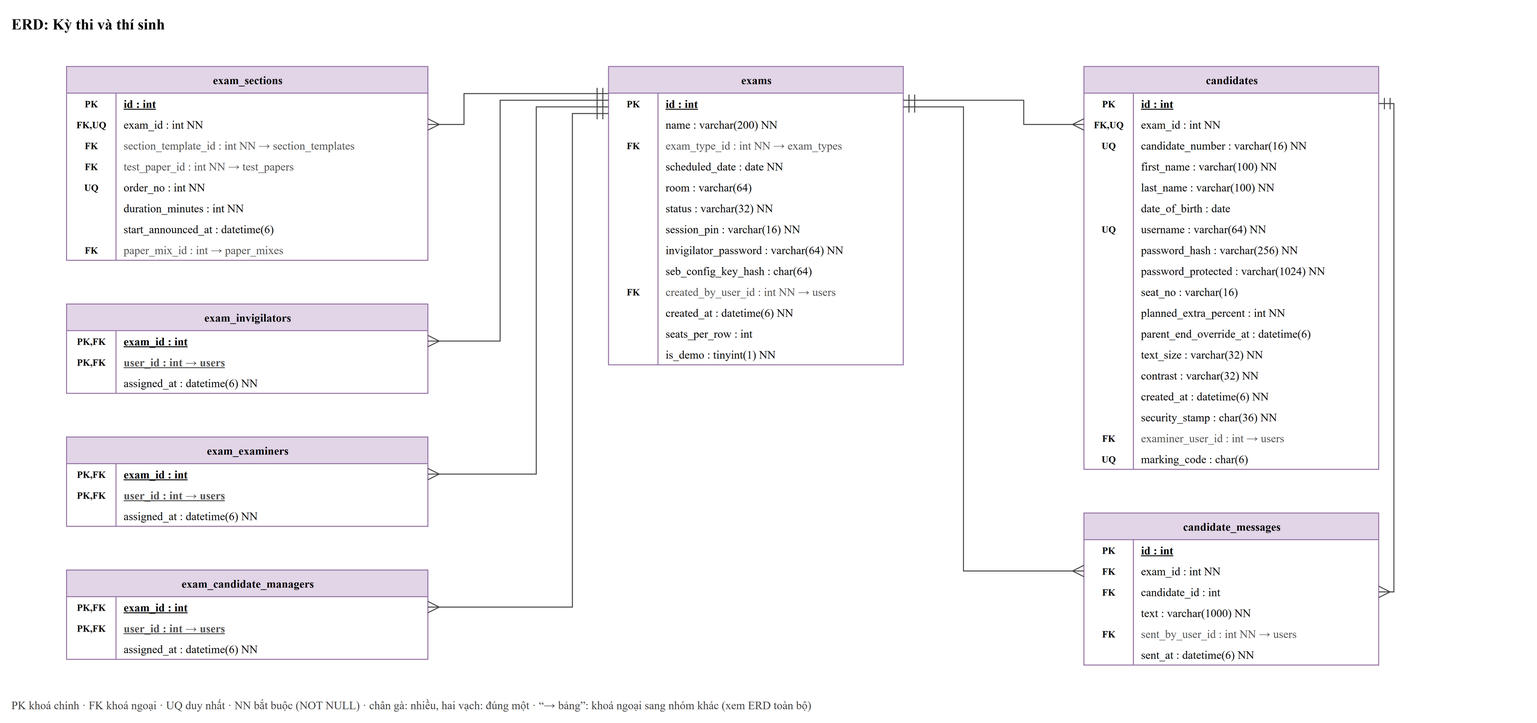
This is thesis/diagrams/erd-exams.drawio.png from trhlow/cambridge-exam-prep, a draw.io export, as it was before one commit. Source tidied: cells renumbered, new cells last; positions are measured from the earlier drawing's top-left corner, leaving out a move shared by most shapes.
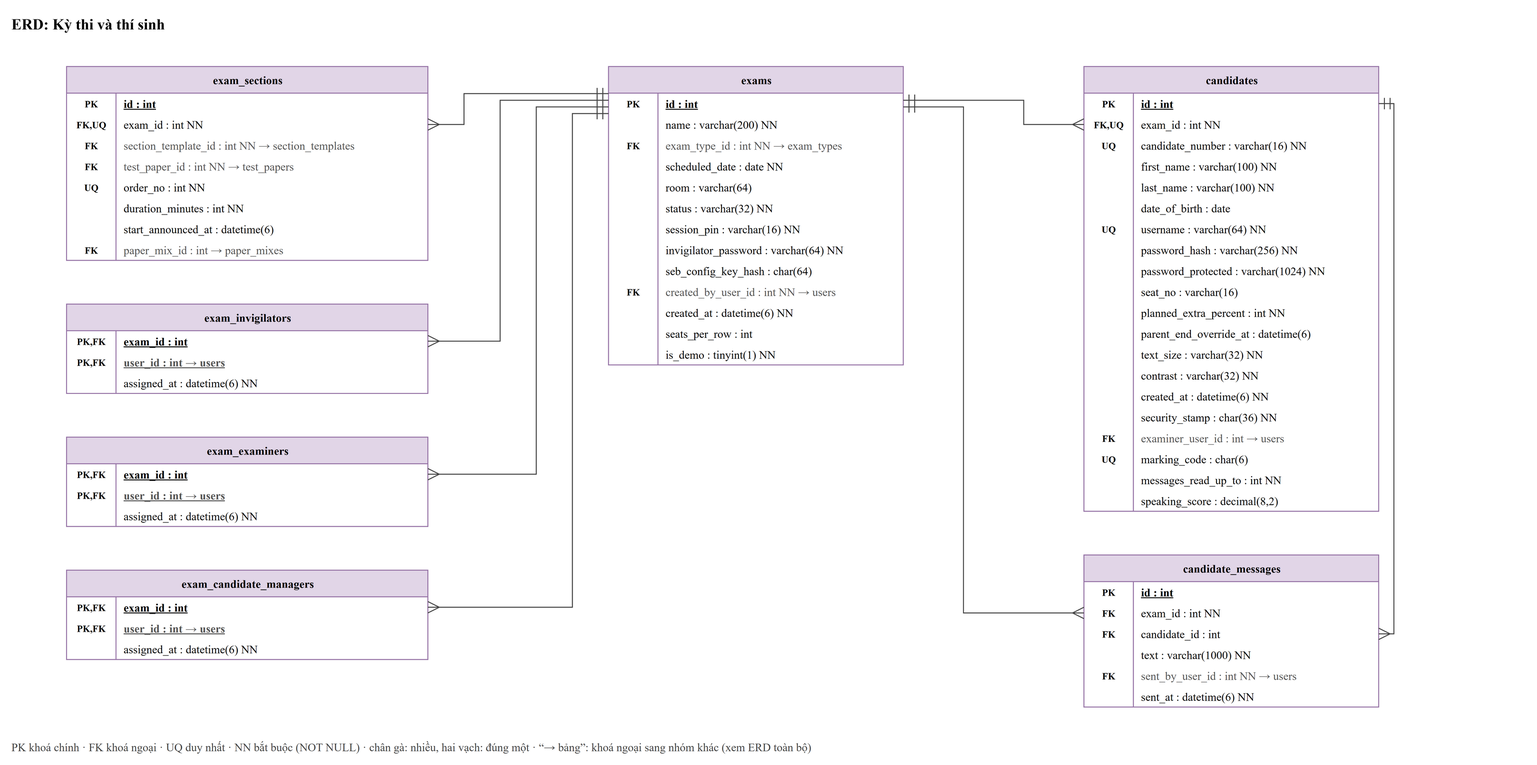
The same file after the commit.

Commit message:
docs(diagrams): ERDs redrawn from the live schema with candidates.messages_read_up_to and speaking_score

The edit, as a diff of the source:
```diff
@@ -291,7 +291,7 @@
       <mxGeometry x="52" width="258" height="22" as="geometry" />
     </mxCell>
     <mxCell id="98" value="candidates" style="shape=table;startSize=28;rowLines=0;fontStyle=1;align=center;html=1;fontFamily=Times New Roman;fontSize=12;fillColor=#e1d5e7;strokeColor=#9673a6;" parent="1" vertex="1">
-      <mxGeometry x="1130" y="60" width="310" height="424" as="geometry" />
+      <mxGeometry x="1130" y="60" width="310" height="468" as="geometry" />
     </mxCell>
     <mxCell id="99" style="shape=tableRow;horizontal=0;startSize=0;swimlaneHead=0;swimlaneBody=0;fillColor=none;top=0;left=0;right=0;bottom=0;html=1;" parent="98" vertex="1">
       <mxGeometry y="28" width="310" height="22" as="geometry" />
@@ -455,135 +455,153 @@
     <mxCell id="152" value="marking_code : char(6)" style="shape=partialRectangle;fillColor=none;top=0;left=0;bottom=0;right=0;align=left;spacingLeft=6;overflow=hidden;whiteSpace=wrap;html=1;fontFamily=Times New Roman;fontSize=12;" parent="150" vertex="1">
       <mxGeometry x="52" width="258" height="22" as="geometry" />
     </mxCell>
+    <mxCell id="180" style="shape=tableRow;horizontal=0;startSize=0;swimlaneHead=0;swimlaneBody=0;fillColor=none;top=0;left=0;right=0;bottom=0;html=1;" parent="98" vertex="1">
+      <mxGeometry y="424" width="310" height="22" as="geometry" />
+    </mxCell>
+    <mxCell id="155" style="shape=partialRectangle;fillColor=none;top=0;left=0;bottom=0;right=0;fontStyle=1;overflow=hidden;whiteSpace=wrap;html=1;fontFamily=Times New Roman;fontSize=12;fontSize=10;" parent="180" vertex="1">
+      <mxGeometry width="52" height="22" as="geometry" />
+    </mxCell>
+    <mxCell id="156" value="messages_read_up_to : int NN" style="shape=partialRectangle;fillColor=none;top=0;left=0;bottom=0;right=0;align=left;spacingLeft=6;overflow=hidden;whiteSpace=wrap;html=1;fontFamily=Times New Roman;fontSize=12;" parent="180" vertex="1">
+      <mxGeometry x="52" width="258" height="22" as="geometry" />
+    </mxCell>
+    <mxCell id="181" style="shape=tableRow;horizontal=0;startSize=0;swimlaneHead=0;swimlaneBody=0;fillColor=none;top=0;left=0;right=0;bottom=0;html=1;" parent="98" vertex="1">
+      <mxGeometry y="446" width="310" height="22" as="geometry" />
+    </mxCell>
+    <mxCell id="158" style="shape=partialRectangle;fillColor=none;top=0;left=0;bottom=0;right=0;fontStyle=1;overflow=hidden;whiteSpace=wrap;html=1;fontFamily=Times New Roman;fontSize=12;fontSize=10;" parent="181" vertex="1">
+      <mxGeometry width="52" height="22" as="geometry" />
+    </mxCell>
+    <mxCell id="159" value="speaking_score : decimal(8,2)" style="shape=partialRectangle;fillColor=none;top=0;left=0;bottom=0;right=0;align=left;spacingLeft=6;overflow=hidden;whiteSpace=wrap;html=1;fontFamily=Times New Roman;fontSize=12;" parent="181" vertex="1">
+      <mxGeometry x="52" width="258" height="22" as="geometry" />
+    </mxCell>
     <mxCell id="153" value="candidate_messages" style="shape=table;startSize=28;rowLines=0;fontStyle=1;align=center;html=1;fontFamily=Times New Roman;fontSize=12;fillColor=#e1d5e7;strokeColor=#9673a6;" parent="1" vertex="1">
-      <mxGeometry x="1130" y="530" width="310" height="160" as="geometry" />
+      <mxGeometry x="1130" y="574" width="310" height="160" as="geometry" />
     </mxCell>
     <mxCell id="154" style="shape=tableRow;horizontal=0;startSize=0;swimlaneHead=0;swimlaneBody=0;fillColor=none;top=0;left=0;right=0;bottom=0;html=1;" parent="153" vertex="1">
       <mxGeometry y="28" width="310" height="22" as="geometry" />
     </mxCell>
-    <mxCell id="155" value="PK" style="shape=partialRectangle;fillColor=none;top=0;left=0;bottom=0;right=0;fontStyle=1;overflow=hidden;whiteSpace=wrap;html=1;fontFamily=Times New Roman;fontSize=12;fontSize=10;" parent="154" vertex="1">
-      <mxGeometry width="52" height="22" as="geometry" />
-    </mxCell>
-    <mxCell id="156" value="id : int" style="shape=partialRectangle;fillColor=none;top=0;left=0;bottom=0;right=0;align=left;spacingLeft=6;overflow=hidden;whiteSpace=wrap;html=1;fontFamily=Times New Roman;fontSize=12;fontStyle=5;" parent="154" vertex="1">
-      <mxGeometry x="52" width="258" height="22" as="geometry" />
-    </mxCell>
-    <mxCell id="157" style="shape=tableRow;horizontal=0;startSize=0;swimlaneHead=0;swimlaneBody=0;fillColor=none;top=0;left=0;right=0;bottom=0;html=1;" parent="153" vertex="1">
-      <mxGeometry y="50" width="310" height="22" as="geometry" />
-    </mxCell>
-    <mxCell id="158" value="FK" style="shape=partialRectangle;fillColor=none;top=0;left=0;bottom=0;right=0;fontStyle=1;overflow=hidden;whiteSpace=wrap;html=1;fontFamily=Times New Roman;fontSize=12;fontSize=10;" parent="157" vertex="1">
-      <mxGeometry width="52" height="22" as="geometry" />
-    </mxCell>
-    <mxCell id="159" value="exam_id : int NN" style="shape=partialRectangle;fillColor=none;top=0;left=0;bottom=0;right=0;align=left;spacingLeft=6;overflow=hidden;whiteSpace=wrap;html=1;fontFamily=Times New Roman;fontSize=12;" parent="157" vertex="1">
-      <mxGeometry x="52" width="258" height="22" as="geometry" />
-    </mxCell>
-    <mxCell id="160" style="shape=tableRow;horizontal=0;startSize=0;swimlaneHead=0;swimlaneBody=0;fillColor=none;top=0;left=0;right=0;bottom=0;html=1;" parent="153" vertex="1">
-      <mxGeometry y="72" width="310" height="22" as="geometry" />
-    </mxCell>
-    <mxCell id="161" value="FK" style="shape=partialRectangle;fillColor=none;top=0;left=0;bottom=0;right=0;fontStyle=1;overflow=hidden;whiteSpace=wrap;html=1;fontFamily=Times New Roman;fontSize=12;fontSize=10;" parent="160" vertex="1">
+    <mxCell id="161" value="PK" style="shape=partialRectangle;fillColor=none;top=0;left=0;bottom=0;right=0;fontStyle=1;overflow=hidden;whiteSpace=wrap;html=1;fontFamily=Times New Roman;fontSize=12;fontSize=10;" parent="154" vertex="1">
       <mxGeometry width="52" height="22" as="geometry" />
     </mxCell>
-    <mxCell id="162" value="candidate_id : int" style="shape=partialRectangle;fillColor=none;top=0;left=0;bottom=0;right=0;align=left;spacingLeft=6;overflow=hidden;whiteSpace=wrap;html=1;fontFamily=Times New Roman;fontSize=12;" parent="160" vertex="1">
+    <mxCell id="162" value="id : int" style="shape=partialRectangle;fillColor=none;top=0;left=0;bottom=0;right=0;align=left;spacingLeft=6;overflow=hidden;whiteSpace=wrap;html=1;fontFamily=Times New Roman;fontSize=12;fontStyle=5;" parent="154" vertex="1">
       <mxGeometry x="52" width="258" height="22" as="geometry" />
     </mxCell>
-    <mxCell id="163" style="shape=tableRow;horizontal=0;startSize=0;swimlaneHead=0;swimlaneBody=0;fillColor=none;top=0;left=0;right=0;bottom=0;html=1;" parent="153" vertex="1">
-      <mxGeometry y="94" width="310" height="22" as="geometry" />
-    </mxCell>
+    <mxCell id="157" style="shape=tableRow;horizontal=0;startSize=0;swimlaneHead=0;swimlaneBody=0;fillColor=none;top=0;left=0;right=0;bottom=0;html=1;" parent="153" vertex="1">
+      <mxGeometry y="50" width="310" height="22" as="geometry" />
+    </mxCell>
-    <mxCell id="164" style="shape=partialRectangle;fillColor=none;top=0;left=0;bottom=0;right=0;fontStyle=1;overflow=hidden;whiteSpace=wrap;html=1;fontFamily=Times New Roman;fontSize=12;fontSize=10;" parent="163" vertex="1">
+    <mxCell id="164" value="FK" style="shape=partialRectangle;fillColor=none;top=0;left=0;bottom=0;right=0;fontStyle=1;overflow=hidden;whiteSpace=wrap;html=1;fontFamily=Times New Roman;fontSize=12;fontSize=10;" parent="157" vertex="1">
       <mxGeometry width="52" height="22" as="geometry" />
     </mxCell>
-    <mxCell id="165" value="text : varchar(1000) NN" style="shape=partialRectangle;fillColor=none;top=0;left=0;bottom=0;right=0;align=left;spacingLeft=6;overflow=hidden;whiteSpace=wrap;html=1;fontFamily=Times New Roman;fontSize=12;" parent="163" vertex="1">
+    <mxCell id="165" value="exam_id : int NN" style="shape=partialRectangle;fillColor=none;top=0;left=0;bottom=0;right=0;align=left;spacingLeft=6;overflow=hidden;whiteSpace=wrap;html=1;fontFamily=Times New Roman;fontSize=12;" parent="157" vertex="1">
       <mxGeometry x="52" width="258" height="22" as="geometry" />
     </mxCell>
-    <mxCell id="166" style="shape=tableRow;horizontal=0;startSize=0;swimlaneHead=0;swimlaneBody=0;fillColor=none;top=0;left=0;right=0;bottom=0;html=1;" parent="153" vertex="1">
-      <mxGeometry y="116" width="310" height="22" as="geometry" />
-    </mxCell>
+    <mxCell id="160" style="shape=tableRow;horizontal=0;startSize=0;swimlaneHead=0;swimlaneBody=0;fillColor=none;top=0;left=0;right=0;bottom=0;html=1;" parent="153" vertex="1">
+      <mxGeometry y="72" width="310" height="22" as="geometry" />
+    </mxCell>
-    <mxCell id="167" value="FK" style="shape=partialRectangle;fillColor=none;top=0;left=0;bottom=0;right=0;fontStyle=1;overflow=hidden;whiteSpace=wrap;html=1;fontFamily=Times New Roman;fontSize=12;fontSize=10;" parent="166" vertex="1">
+    <mxCell id="167" value="FK" style="shape=partialRectangle;fillColor=none;top=0;left=0;bottom=0;right=0;fontStyle=1;overflow=hidden;whiteSpace=wrap;html=1;fontFamily=Times New Roman;fontSize=12;fontSize=10;" parent="160" vertex="1">
       <mxGeometry width="52" height="22" as="geometry" />
     </mxCell>
-    <mxCell id="168" value="sent_by_user_id : int NN  → users" style="shape=partialRectangle;fillColor=none;top=0;left=0;bottom=0;right=0;align=left;spacingLeft=6;overflow=hidden;whiteSpace=wrap;html=1;fontFamily=Times New Roman;fontSize=12;fontColor=#555555;" parent="166" vertex="1">
+    <mxCell id="168" value="candidate_id : int" style="shape=partialRectangle;fillColor=none;top=0;left=0;bottom=0;right=0;align=left;spacingLeft=6;overflow=hidden;whiteSpace=wrap;html=1;fontFamily=Times New Roman;fontSize=12;" parent="160" vertex="1">
       <mxGeometry x="52" width="258" height="22" as="geometry" />
     </mxCell>
-    <mxCell id="169" style="shape=tableRow;horizontal=0;startSize=0;swimlaneHead=0;swimlaneBody=0;fillColor=none;top=0;left=0;right=0;bottom=0;html=1;" parent="153" vertex="1">
-      <mxGeometry y="138" width="310" height="22" as="geometry" />
-    </mxCell>
+    <mxCell id="163" style="shape=tableRow;horizontal=0;startSize=0;swimlaneHead=0;swimlaneBody=0;fillColor=none;top=0;left=0;right=0;bottom=0;html=1;" parent="153" vertex="1">
+      <mxGeometry y="94" width="310" height="22" as="geometry" />
+    </mxCell>
-    <mxCell id="170" style="shape=partialRectangle;fillColor=none;top=0;left=0;bottom=0;right=0;fontStyle=1;overflow=hidden;whiteSpace=wrap;html=1;fontFamily=Times New Roman;fontSize=12;fontSize=10;" parent="169" vertex="1">
+    <mxCell id="170" style="shape=partialRectangle;fillColor=none;top=0;left=0;bottom=0;right=0;fontStyle=1;overflow=hidden;whiteSpace=wrap;html=1;fontFamily=Times New Roman;fontSize=12;fontSize=10;" parent="163" vertex="1">
       <mxGeometry width="52" height="22" as="geometry" />
     </mxCell>
-    <mxCell id="171" value="sent_at : datetime(6) NN" style="shape=partialRectangle;fillColor=none;top=0;left=0;bottom=0;right=0;align=left;spacingLeft=6;overflow=hidden;whiteSpace=wrap;html=1;fontFamily=Times New Roman;fontSize=12;" parent="169" vertex="1">
+    <mxCell id="171" value="text : varchar(1000) NN" style="shape=partialRectangle;fillColor=none;top=0;left=0;bottom=0;right=0;align=left;spacingLeft=6;overflow=hidden;whiteSpace=wrap;html=1;fontFamily=Times New Roman;fontSize=12;" parent="163" vertex="1">
       <mxGeometry x="52" width="258" height="22" as="geometry" />
     </mxCell>
-    <mxCell id="172" style="rounded=0;html=1;startArrow=ERmany;startFill=0;endArrow=ERmandOne;endFill=0;startSize=10;endSize=10;strokeColor=#444444;" parent="1" edge="1">
-      <mxGeometry relative="1" as="geometry">
-        <mxPoint x="1440" y="613" as="sourcePoint" />
-        <mxPoint x="1440" y="99" as="targetPoint" />
-        <Array as="points">
-          <mxPoint x="1456" y="613" />
-          <mxPoint x="1456" y="99" />
-        </Array>
-      </mxGeometry>
-    </mxCell>
-    <mxCell id="173" style="rounded=0;html=1;startArrow=ERmany;startFill=0;endArrow=ERmandOne;endFill=0;startSize=10;endSize=10;strokeColor=#444444;" parent="1" edge="1">
-      <mxGeometry relative="1" as="geometry">
-        <mxPoint x="1130" y="591" as="sourcePoint" />
-        <mxPoint x="940" y="102.5" as="targetPoint" />
-        <Array as="points">
-          <mxPoint x="1003.3" y="591" />
-          <mxPoint x="1003.3" y="102.5" />
-        </Array>
-      </mxGeometry>
-    </mxCell>
-    <mxCell id="174" style="rounded=0;html=1;startArrow=ERmany;startFill=0;endArrow=ERmandOne;endFill=0;startSize=10;endSize=10;strokeColor=#444444;" parent="1" edge="1">
-      <mxGeometry relative="1" as="geometry">
-        <mxPoint x="1130" y="121" as="sourcePoint" />
-        <mxPoint x="940" y="95.5" as="targetPoint" />
-        <Array as="points">
-          <mxPoint x="1066.7" y="121" />
-          <mxPoint x="1066.7" y="95.5" />
-        </Array>
-      </mxGeometry>
-    </mxCell>
-    <mxCell id="175" style="rounded=0;html=1;startArrow=ERmany;startFill=0;endArrow=ERmandOne;endFill=0;startSize=10;endSize=10;strokeColor=#444444;" parent="1" edge="1">
-      <mxGeometry relative="1" as="geometry">
-        <mxPoint x="440" y="629" as="sourcePoint" />
-        <mxPoint x="630" y="109.5" as="targetPoint" />
-        <Array as="points">
-          <mxPoint x="592" y="629" />
-          <mxPoint x="592" y="109.5" />
-        </Array>
-      </mxGeometry>
-    </mxCell>
+    <mxCell id="166" style="shape=tableRow;horizontal=0;startSize=0;swimlaneHead=0;swimlaneBody=0;fillColor=none;top=0;left=0;right=0;bottom=0;html=1;" parent="153" vertex="1">
+      <mxGeometry y="116" width="310" height="22" as="geometry" />
+    </mxCell>
+    <mxCell id="182" value="FK" style="shape=partialRectangle;fillColor=none;top=0;left=0;bottom=0;right=0;fontStyle=1;overflow=hidden;whiteSpace=wrap;html=1;fontFamily=Times New Roman;fontSize=12;fontSize=10;" parent="166" vertex="1">
+      <mxGeometry width="52" height="22" as="geometry" />
+    </mxCell>
+    <mxCell id="183" value="sent_by_user_id : int NN  → users" style="shape=partialRectangle;fillColor=none;top=0;left=0;bottom=0;right=0;align=left;spacingLeft=6;overflow=hidden;whiteSpace=wrap;html=1;fontFamily=Times New Roman;fontSize=12;fontColor=#555555;" parent="166" vertex="1">
+      <mxGeometry x="52" width="258" height="22" as="geometry" />
+    </mxCell>
+    <mxCell id="169" style="shape=tableRow;horizontal=0;startSize=0;swimlaneHead=0;swimlaneBody=0;fillColor=none;top=0;left=0;right=0;bottom=0;html=1;" parent="153" vertex="1">
+      <mxGeometry y="138" width="310" height="22" as="geometry" />
+    </mxCell>
+    <mxCell id="184" style="shape=partialRectangle;fillColor=none;top=0;left=0;bottom=0;right=0;fontStyle=1;overflow=hidden;whiteSpace=wrap;html=1;fontFamily=Times New Roman;fontSize=12;fontSize=10;" parent="169" vertex="1">
+      <mxGeometry width="52" height="22" as="geometry" />
+    </mxCell>
+    <mxCell id="185" value="sent_at : datetime(6) NN" style="shape=partialRectangle;fillColor=none;top=0;left=0;bottom=0;right=0;align=left;spacingLeft=6;overflow=hidden;whiteSpace=wrap;html=1;fontFamily=Times New Roman;fontSize=12;" parent="169" vertex="1">
+      <mxGeometry x="52" width="258" height="22" as="geometry" />
+    </mxCell>
     <mxCell id="176" style="rounded=0;html=1;startArrow=ERmany;startFill=0;endArrow=ERmandOne;endFill=0;startSize=10;endSize=10;strokeColor=#444444;" parent="1" edge="1">
       <mxGeometry relative="1" as="geometry">
-        <mxPoint x="440" y="489" as="sourcePoint" />
-        <mxPoint x="630" y="102.5" as="targetPoint" />
+        <mxPoint x="1440" y="657" as="sourcePoint" />
+        <mxPoint x="1440" y="99" as="targetPoint" />
         <Array as="points">
-          <mxPoint x="554" y="489" />
-          <mxPoint x="554" y="102.5" />
+          <mxPoint x="1456" y="657" />
+          <mxPoint x="1456" y="99" />
         </Array>
       </mxGeometry>
     </mxCell>
     <mxCell id="177" style="rounded=0;html=1;startArrow=ERmany;startFill=0;endArrow=ERmandOne;endFill=0;startSize=10;endSize=10;strokeColor=#444444;" parent="1" edge="1">
       <mxGeometry relative="1" as="geometry">
-        <mxPoint x="440" y="349" as="sourcePoint" />
-        <mxPoint x="630" y="95.5" as="targetPoint" />
+        <mxPoint x="1130" y="635" as="sourcePoint" />
+        <mxPoint x="940" y="102.5" as="targetPoint" />
         <Array as="points">
-          <mxPoint x="516" y="349" />
-          <mxPoint x="516" y="95.5" />
+          <mxPoint x="1003.3" y="635" />
+          <mxPoint x="1003.3" y="102.5" />
         </Array>
       </mxGeometry>
     </mxCell>
     <mxCell id="178" style="rounded=0;html=1;startArrow=ERmany;startFill=0;endArrow=ERmandOne;endFill=0;startSize=10;endSize=10;strokeColor=#444444;" parent="1" edge="1">
       <mxGeometry relative="1" as="geometry">
-        <mxPoint x="440" y="121" as="sourcePoint" />
-        <mxPoint x="630" y="88.5" as="targetPoint" />
+        <mxPoint x="1130" y="121" as="sourcePoint" />
+        <mxPoint x="940" y="95.5" as="targetPoint" />
         <Array as="points">
-          <mxPoint x="478" y="121" />
-          <mxPoint x="478" y="88.5" />
+          <mxPoint x="1066.7" y="121" />
+          <mxPoint x="1066.7" y="95.5" />
         </Array>
       </mxGeometry>
     </mxCell>
+    <mxCell id="186" style="rounded=0;html=1;startArrow=ERmany;startFill=0;endArrow=ERmandOne;endFill=0;startSize=10;endSize=10;strokeColor=#444444;" parent="1" edge="1">
+      <mxGeometry relative="1" as="geometry">
+        <mxPoint x="440" y="629" as="sourcePoint" />
+        <mxPoint x="630" y="109.5" as="targetPoint" />
+        <Array as="points">
+          <mxPoint x="592" y="629" />
+          <mxPoint x="592" y="109.5" />
+        </Array>
+      </mxGeometry>
+    </mxCell>
+    <mxCell id="187" style="rounded=0;html=1;startArrow=ERmany;startFill=0;endArrow=ERmandOne;endFill=0;startSize=10;endSize=10;strokeColor=#444444;" parent="1" edge="1">
+      <mxGeometry relative="1" as="geometry">
+        <mxPoint x="440" y="489" as="sourcePoint" />
+        <mxPoint x="630" y="102.5" as="targetPoint" />
+        <Array as="points">
+          <mxPoint x="554" y="489" />
+          <mxPoint x="554" y="102.5" />
+        </Array>
+      </mxGeometry>
+    </mxCell>
+    <mxCell id="188" style="rounded=0;html=1;startArrow=ERmany;startFill=0;endArrow=ERmandOne;endFill=0;startSize=10;endSize=10;strokeColor=#444444;" parent="1" edge="1">
+      <mxGeometry relative="1" as="geometry">
+        <mxPoint x="440" y="349" as="sourcePoint" />
+        <mxPoint x="630" y="95.5" as="targetPoint" />
+        <Array as="points">
+          <mxPoint x="516" y="349" />
+          <mxPoint x="516" y="95.5" />
+        </Array>
+      </mxGeometry>
+    </mxCell>
+    <mxCell id="189" style="rounded=0;html=1;startArrow=ERmany;startFill=0;endArrow=ERmandOne;endFill=0;startSize=10;endSize=10;strokeColor=#444444;" parent="1" edge="1">
+      <mxGeometry relative="1" as="geometry">
+        <mxPoint x="440" y="121" as="sourcePoint" />
+        <mxPoint x="630" y="88.5" as="targetPoint" />
+        <Array as="points">
+          <mxPoint x="478" y="121" />
+          <mxPoint x="478" y="88.5" />
+        </Array>
+      </mxGeometry>
+    </mxCell>
     <mxCell id="179" value="PK khoá chính · FK khoá ngoại · UQ duy nhất · NN bắt buộc (NOT NULL) · chân gà: nhiều, hai vạch: đúng một · “→ bảng”: khoá ngoại sang nhóm khác (xem ERD toàn bộ)" style="text;html=1;align=left;verticalAlign=middle;fontFamily=Times New Roman;fontSize=12;fontColor=#444444;" parent="1" vertex="1">
-      <mxGeometry y="720" width="1600" height="24" as="geometry" />
+      <mxGeometry y="764" width="1600" height="24" as="geometry" />
     </mxCell>
   </root>
 </mxGraphModel>
```
